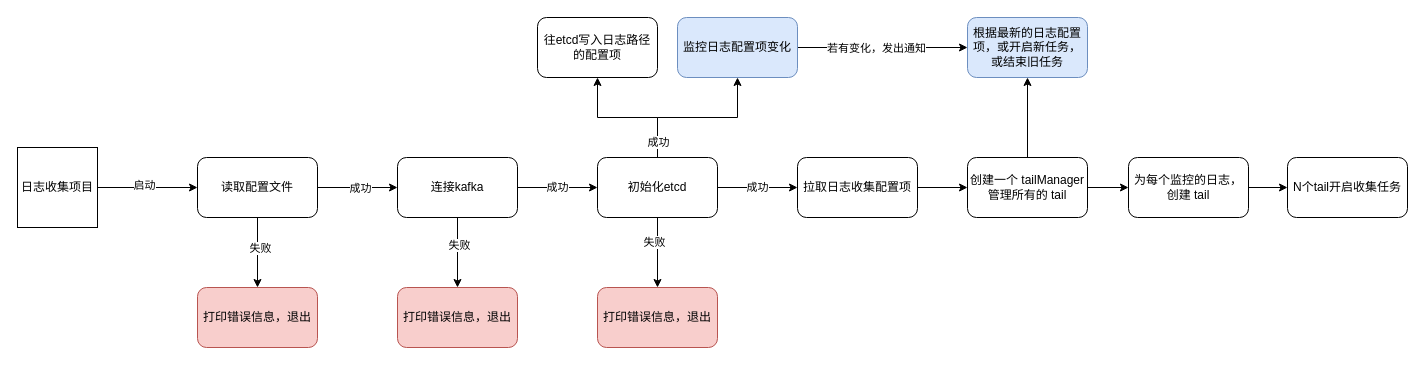
Jiexiang617/JXBasicLib keeps this draw.io diagram as 日志收集项目.drawio. Above is the earlier version. Source tidied: cells renumbered, new cells numbered last; positions are measured from the earlier drawing's top-left corner, leaving out a move shared by most shapes. Both pictures are drawn from the tidied source at 100%, with x=0, y=0 at pixel (17, 17).
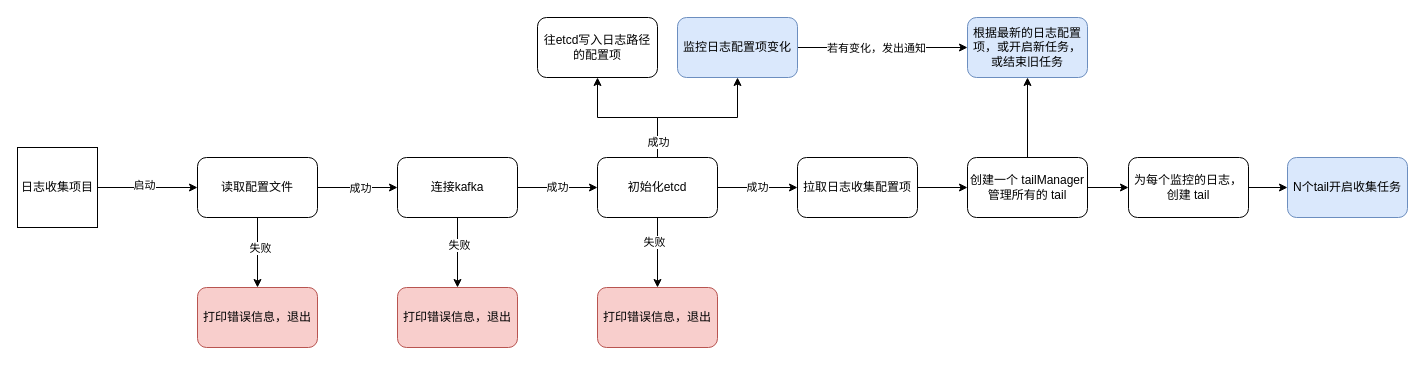
The same diagram, later.

Commit message (it also covers changes not shown here):
更新日志收集项目.drawio

Change to the diagram source:
```diff
@@
-    <mxCell id="36" value="N个tail开启收集任务" style="rounded=1;whiteSpace=wrap;html=1;" parent="1" vertex="1">
+    <mxCell id="36" value="N个tail开启收集任务" style="rounded=1;whiteSpace=wrap;html=1;fillColor=#dae8fc;strokeColor=#6c8ebf;" parent="1" vertex="1">
       <mxGeometry x="1270" y="140" width="120" height="60" as="geometry" />
     </mxCell>
```
